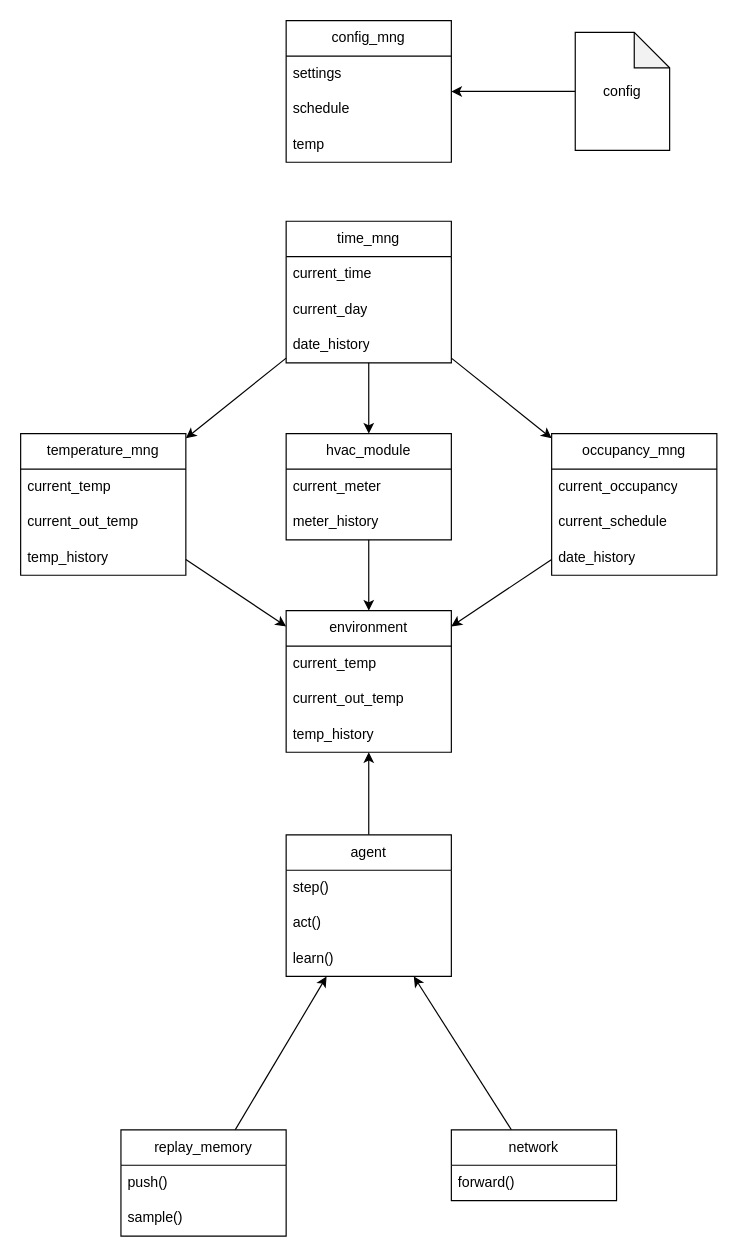
The draw.io diagram doc/diagram.dio in fix1t/SmartTemp-RL, before the edit. Source tidied: cells renumbered, new cells numbered last; positions are measured from the earlier drawing's top-left corner, leaving out a move shared by most shapes. Both pictures are drawn from the tidied source at 118%, with x=0, y=0 at pixel (20, 20).
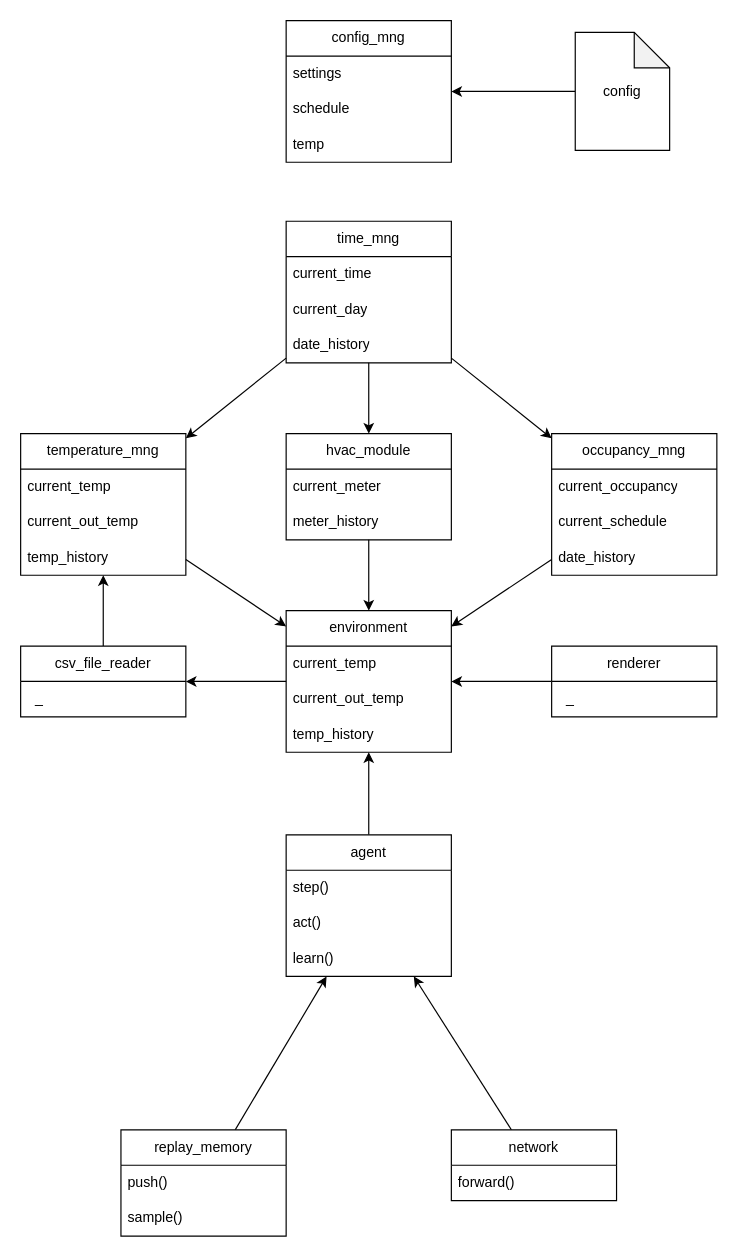
After the change.

Unchanged cells that the change refers to:
```xml
<mxCell id="15" value="temperature_mng" style="swimlane;fontStyle=0;horizontal=1;startSize=30;whiteSpace=wrap;html=1;" parent="1" vertex="1">
  <mxGeometry y="350" width="140" height="120" as="geometry" />
</mxCell>
<mxCell id="25" value="environment" style="swimlane;fontStyle=0;horizontal=1;startSize=30;whiteSpace=wrap;html=1;" parent="1" vertex="1">
  <mxGeometry x="225" y="500" width="140" height="120" as="geometry" />
</mxCell>
```

What changed in the source:
```diff
@@
+    <mxCell id="45" style="edgeStyle=none;html=1;" parent="1" edge="1" source="25" target="47">
+      <mxGeometry relative="1" as="geometry" />
+    </mxCell>
@@
+    <mxCell id="46" style="edgeStyle=none;html=1;" parent="1" edge="1" source="47" target="15">
+      <mxGeometry relative="1" as="geometry" />
+    </mxCell>
+    <mxCell id="47" value="csv_file_reader" style="swimlane;fontStyle=0;horizontal=1;startSize=30;whiteSpace=wrap;html=1;" parent="1" vertex="1">
+      <mxGeometry y="530" width="140" height="60" as="geometry" />
+    </mxCell>
+    <mxCell id="48" value="&amp;nbsp; _&amp;nbsp;&amp;nbsp;" style="text;strokeColor=none;fillColor=none;align=left;verticalAlign=middle;spacingLeft=4;spacingRight=4;overflow=hidden;whiteSpace=wrap;html=1;" parent="47" vertex="1">
+      <mxGeometry y="30" width="140" height="30" as="geometry" />
+    </mxCell>
+    <mxCell id="49" style="edgeStyle=none;html=1;" parent="1" edge="1" source="50" target="25">
+      <mxGeometry relative="1" as="geometry" />
+    </mxCell>
+    <mxCell id="50" value="renderer" style="swimlane;fontStyle=0;horizontal=1;startSize=30;whiteSpace=wrap;html=1;" parent="1" vertex="1">
+      <mxGeometry x="450" y="530" width="140" height="60" as="geometry" />
+    </mxCell>
+    <mxCell id="51" value="&amp;nbsp; _&amp;nbsp;&amp;nbsp;" style="text;strokeColor=none;fillColor=none;align=left;verticalAlign=middle;spacingLeft=4;spacingRight=4;overflow=hidden;whiteSpace=wrap;html=1;" parent="50" vertex="1">
+      <mxGeometry y="30" width="140" height="30" as="geometry" />
+    </mxCell>
```
